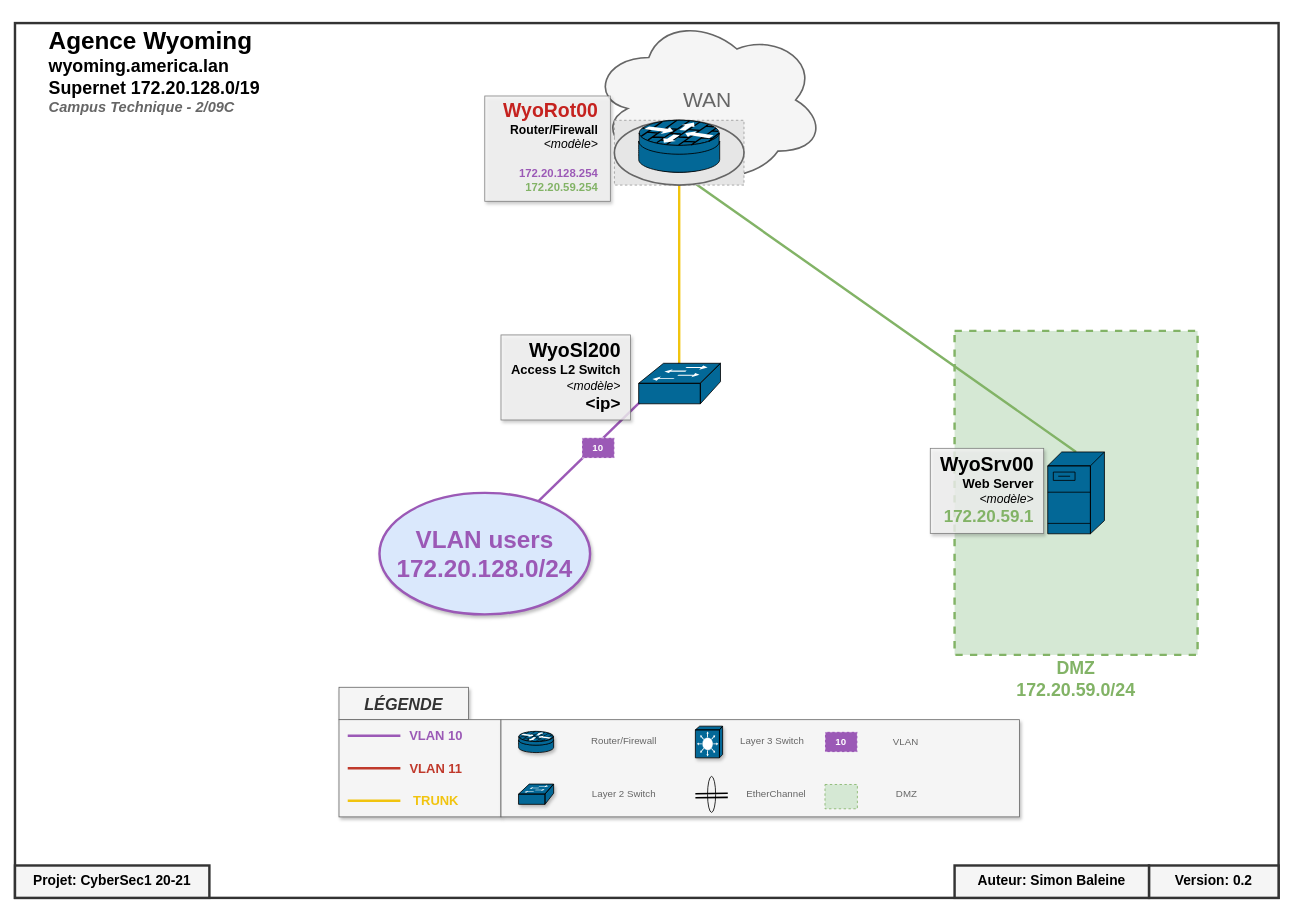
shellwhale/pensive-sammet keeps this draw.io diagram as docs/wyoming.drawio. Above is the earlier version. Source tidied: cells renumbered, new cells numbered last; positions are measured from the earlier drawing's top-left corner, leaving out a move shared by most shapes. Both pictures are drawn from the tidied source at 81%, with x=0, y=0 at pixel (15, 15). Pictures stored in the file or linked from it are replaced by grey dashed boxes.
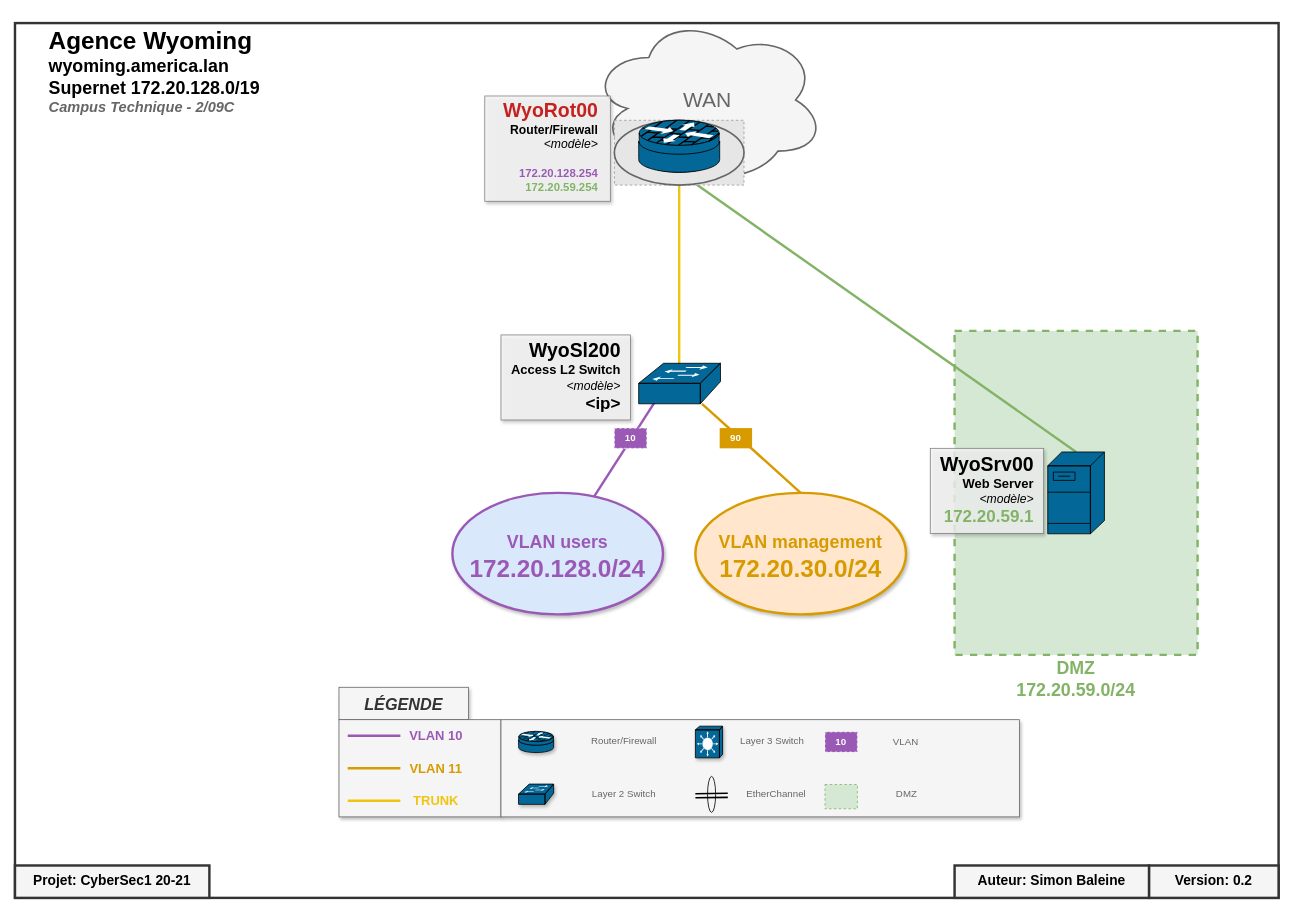
The same page after the edit.

Commit message:
Added management VLAN info on Wyoming

Unchanged cells that the change refers to:
```xml
<mxCell id="39" style="shape=mxgraph.cisco.switches.workgroup_switch;html=1;dashed=0;fillColor=#036897;strokeColor=#000000;strokeWidth=1;verticalLabelPosition=bottom;verticalAlign=top;align=center;outlineConnect=0;" parent="10" vertex="1">
  <mxGeometry x="770" y="430" width="101" height="50" as="geometry" />
</mxCell>
```

Change to the diagram source:
```diff
@@
-    <mxCell id="16" value="&lt;b&gt;VLAN 11&lt;/b&gt;" style="text;html=1;strokeColor=none;fillColor=none;align=center;verticalAlign=middle;whiteSpace=wrap;rounded=0;shadow=1;fontFamily=Helvetica;fontSize=16;fontColor=#C0392B;" parent="10" vertex="1">
+    <mxCell id="16" value="&lt;b&gt;&lt;font color=&quot;#d79b00&quot;&gt;VLAN 11&lt;/font&gt;&lt;/b&gt;" style="text;html=1;strokeColor=none;fillColor=none;align=center;verticalAlign=middle;whiteSpace=wrap;rounded=0;shadow=1;fontFamily=Helvetica;fontSize=16;fontColor=#C0392B;" parent="10" vertex="1">
       <mxGeometry x="480" y="910" width="80" height="40" as="geometry" />
     </mxCell>
@@
-    <mxCell id="19" style="endArrow=none;html=1;strokeColor=#C0392B;strokeWidth=3;fontFamily=Helvetica;fontSize=16;fontColor=#C0392B;" parent="10" edge="1">
+    <mxCell id="19" style="endArrow=none;html=1;strokeWidth=3;fontFamily=Helvetica;fontSize=16;fontColor=#C0392B;strokeColor=#D79B00;" parent="10" edge="1">
       <mxGeometry relative="1" as="geometry">
         <mxPoint x="475.8" y="930" as="sourcePoint" />
         <mxPoint x="410.8" y="930" as="targetPoint" />
       </mxGeometry>
     </mxCell>
@@
+    <mxCell id="59" style="endArrow=none;html=1;strokeWidth=3;exitX=0.5;exitY=0;exitDx=0;exitDy=0;strokeColor=#D79B00;" parent="10" edge="1" source="60" target="39">
+      <mxGeometry relative="1" as="geometry" />
+    </mxCell>
@@
-    <mxCell id="56" value="&lt;font color=&quot;#9b59b6&quot;&gt;&lt;b&gt;VLAN users&lt;br&gt;172.20.128.0/24&lt;/b&gt;&lt;/font&gt;" style="ellipse;whiteSpace=wrap;html=1;strokeWidth=3;fillColor=#dae8fc;strokeColor=#9B59B6;shadow=1;fontSize=30;" parent="55" vertex="1">
-      <mxGeometry x="450" y="590" width="260" height="150" as="geometry" />
+    <mxCell id="56" value="&lt;font color=&quot;#9b59b6&quot;&gt;&lt;b&gt;&lt;font style=&quot;font-size: 22px&quot;&gt;VLAN users&lt;/font&gt;&lt;br&gt;172.20.128.0/24&lt;/b&gt;&lt;/font&gt;" style="ellipse;whiteSpace=wrap;html=1;strokeWidth=3;fillColor=#dae8fc;strokeColor=#9B59B6;shadow=1;fontSize=30;" parent="55" vertex="1">
+      <mxGeometry x="540" y="590" width="260" height="150" as="geometry" />
     </mxCell>
+    <mxCell id="60" value="&lt;b&gt;&lt;font color=&quot;#d79b00&quot;&gt;&lt;font style=&quot;font-size: 22px&quot;&gt;VLAN management&lt;/font&gt;&lt;br&gt;172.20.30.0/24&lt;/font&gt;&lt;/b&gt;" style="ellipse;whiteSpace=wrap;html=1;strokeWidth=3;fillColor=#ffe6cc;strokeColor=#d79b00;shadow=1;fontSize=30;" parent="55" vertex="1">
+      <mxGeometry x="840" y="590" width="260" height="150" as="geometry" />
+    </mxCell>
@@
     <mxCell id="58" value="&lt;b&gt;&lt;font color=&quot;#ffffff&quot;&gt;10&lt;/font&gt;&lt;/b&gt;" style="rounded=0;whiteSpace=wrap;html=1;shadow=0;strokeColor=#FFFFFF;strokeWidth=1;fontFamily=Helvetica;fillColor=#9B59B6;dashed=1;" parent="57" vertex="1">
-      <mxGeometry x="700" y="522" width="40" height="25" as="geometry" />
+      <mxGeometry x="740" y="510" width="40" height="25" as="geometry" />
     </mxCell>
+    <mxCell id="61" value="&lt;font color=&quot;#ffffff&quot;&gt;&lt;b&gt;90&lt;br&gt;&lt;/b&gt;&lt;/font&gt;" style="rounded=0;whiteSpace=wrap;html=1;shadow=0;strokeWidth=1;fontFamily=Helvetica;dashed=1;strokeColor=none;fillColor=#D79B00;" parent="57" vertex="1">
+      <mxGeometry x="870" y="510" width="40" height="25" as="geometry" />
+    </mxCell>
```
